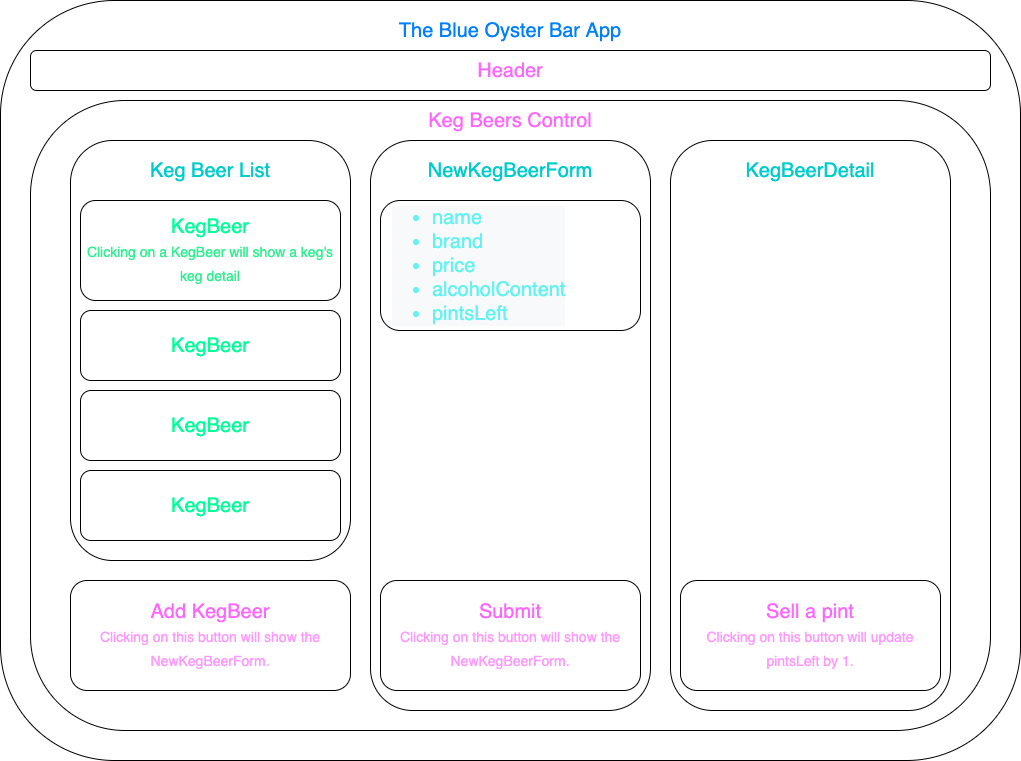
This is src/img/bar-diagram.png from NataliyaZhuravleva/TheBlueOysterBar-Redux, a draw.io export, as it was before one commit. Source tidied: cells renumbered, new cells last; positions are measured from the earlier drawing's top-left corner, leaving out a move shared by most shapes.
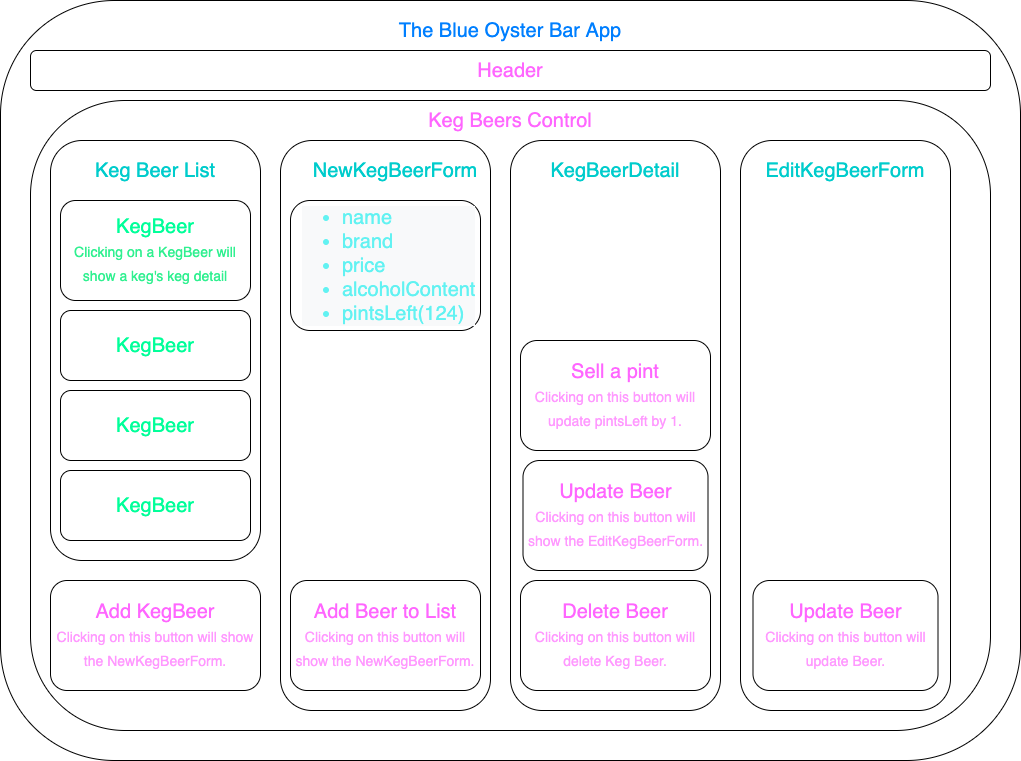
After the commit.

The edit, as a diff of the source:
```diff
@@ -15,10 +15,10 @@
       <mxGeometry x="80" y="110" width="860" height="20" as="geometry" />
     </mxCell>
     <mxCell id="6" style="rounded=1;whiteSpace=wrap;html=1;fontSize=20;" parent="1" vertex="1">
-      <mxGeometry x="70" y="140" width="280" height="420" as="geometry" />
+      <mxGeometry x="50" y="140" width="210" height="420" as="geometry" />
     </mxCell>
     <mxCell id="7" value="Keg Beer List&lt;br&gt;" style="text;html=1;strokeColor=none;fillColor=none;align=center;verticalAlign=middle;whiteSpace=wrap;rounded=0;fontSize=20;fontColor=#00CCCC;" parent="1" vertex="1">
-      <mxGeometry x="140" y="160" width="140" height="20" as="geometry" />
+      <mxGeometry x="85" y="160" width="140" height="20" as="geometry" />
     </mxCell>
     <mxCell id="8" style="rounded=1;whiteSpace=wrap;html=1;fontSize=20;" parent="1" vertex="1">
       <mxGeometry x="30" y="50" width="960" height="40" as="geometry" />
@@ -27,43 +27,58 @@
       <mxGeometry x="445" y="60" width="130" height="20" as="geometry" />
     </mxCell>
     <mxCell id="10" style="rounded=1;whiteSpace=wrap;html=1;fontSize=20;" parent="1" vertex="1">
-      <mxGeometry x="370" y="140" width="280" height="570" as="geometry" />
+      <mxGeometry x="280" y="140" width="210" height="570" as="geometry" />
     </mxCell>
     <mxCell id="11" style="rounded=1;whiteSpace=wrap;html=1;fontSize=20;" parent="1" vertex="1">
-      <mxGeometry x="670" y="140" width="280" height="570" as="geometry" />
+      <mxGeometry x="510" y="140" width="210" height="570" as="geometry" />
     </mxCell>
     <mxCell id="12" value="KegBeer&lt;br&gt;&lt;font style=&quot;font-size: 14px&quot; color=&quot;#30f090&quot;&gt;Clicking on a KegBeer will show a keg's keg detail&lt;br&gt;&lt;/font&gt;" style="rounded=1;whiteSpace=wrap;html=1;fontSize=20;fontColor=#00FF99;" parent="1" vertex="1">
-      <mxGeometry x="80" y="200" width="260" height="100" as="geometry" />
+      <mxGeometry x="60" y="200" width="190" height="100" as="geometry" />
     </mxCell>
     <mxCell id="13" value="KegBeer" style="rounded=1;whiteSpace=wrap;html=1;fontSize=20;fontColor=#00FF99;" parent="1" vertex="1">
-      <mxGeometry x="80" y="310" width="260" height="70" as="geometry" />
+      <mxGeometry x="60" y="310" width="190" height="70" as="geometry" />
     </mxCell>
     <mxCell id="14" value="KegBeer" style="rounded=1;whiteSpace=wrap;html=1;fontSize=20;fontColor=#00FF99;" parent="1" vertex="1">
-      <mxGeometry x="80" y="390" width="260" height="70" as="geometry" />
+      <mxGeometry x="60" y="390" width="190" height="70" as="geometry" />
     </mxCell>
     <mxCell id="15" value="KegBeer" style="rounded=1;whiteSpace=wrap;html=1;fontSize=20;fontColor=#00FF99;" parent="1" vertex="1">
-      <mxGeometry x="80" y="470" width="260" height="70" as="geometry" />
+      <mxGeometry x="60" y="470" width="190" height="70" as="geometry" />
     </mxCell>
     <mxCell id="16" value="&lt;font color=&quot;#ff66ff&quot;&gt;Add KegBeer&lt;/font&gt;&lt;br&gt;&lt;font style=&quot;font-size: 14px&quot; color=&quot;#ff99ff&quot;&gt;Clicking on this button will show the NewKegBeerForm.&lt;/font&gt;" style="rounded=1;whiteSpace=wrap;html=1;fontSize=20;fontColor=#00FF99;" parent="1" vertex="1">
-      <mxGeometry x="70" y="580" width="280" height="110" as="geometry" />
+      <mxGeometry x="50" y="580" width="210" height="110" as="geometry" />
     </mxCell>
     <mxCell id="17" value="NewKegBeerForm" style="text;html=1;strokeColor=none;fillColor=none;align=center;verticalAlign=middle;whiteSpace=wrap;rounded=0;fontSize=20;fontColor=#00CCCC;" parent="1" vertex="1">
-      <mxGeometry x="425" y="160" width="170" height="20" as="geometry" />
+      <mxGeometry x="310" y="160" width="170" height="20" as="geometry" />
     </mxCell>
-    <mxCell id="18" value="&lt;font color=&quot;#ff66ff&quot;&gt;Submit&lt;/font&gt;&lt;br&gt;&lt;font style=&quot;font-size: 14px&quot; color=&quot;#ff99ff&quot;&gt;Clicking on this button will show the NewKegBeerForm.&lt;/font&gt;" style="rounded=1;whiteSpace=wrap;html=1;fontSize=20;fontColor=#00FF99;" parent="1" vertex="1">
-      <mxGeometry x="380" y="580" width="260" height="110" as="geometry" />
+    <mxCell id="18" value="&lt;font color=&quot;#ff66ff&quot;&gt;Add Beer to List&lt;/font&gt;&lt;br&gt;&lt;font style=&quot;font-size: 14px&quot; color=&quot;#ff99ff&quot;&gt;Clicking on this button will show the NewKegBeerForm.&lt;/font&gt;" style="rounded=1;whiteSpace=wrap;html=1;fontSize=20;fontColor=#00FF99;" parent="1" vertex="1">
+      <mxGeometry x="290" y="580" width="190" height="110" as="geometry" />
     </mxCell>
     <mxCell id="19" value="KegBeerDetail" style="text;html=1;strokeColor=none;fillColor=none;align=center;verticalAlign=middle;whiteSpace=wrap;rounded=0;fontSize=20;fontColor=#00CCCC;" parent="1" vertex="1">
-      <mxGeometry x="725" y="160" width="170" height="20" as="geometry" />
+      <mxGeometry x="530" y="160" width="170" height="20" as="geometry" />
     </mxCell>
     <mxCell id="20" value="&lt;font color=&quot;#ff66ff&quot;&gt;Sell a pint&lt;br&gt;&lt;/font&gt;&lt;font style=&quot;font-size: 14px&quot; color=&quot;#ff99ff&quot;&gt;Clicking on this button will update pintsLeft by 1.&lt;/font&gt;" style="rounded=1;whiteSpace=wrap;html=1;fontSize=20;fontColor=#00FF99;" parent="1" vertex="1">
-      <mxGeometry x="680" y="580" width="260" height="110" as="geometry" />
+      <mxGeometry x="520" y="340" width="190" height="110" as="geometry" />
     </mxCell>
     <mxCell id="21" style="rounded=1;whiteSpace=wrap;html=1;fontSize=20;fontColor=#00FF99;" parent="1" vertex="1">
-      <mxGeometry x="380" y="200" width="260" height="130" as="geometry" />
+      <mxGeometry x="290" y="200" width="190" height="130" as="geometry" />
     </mxCell>
-    <mxCell id="22" value="&lt;ul style=&quot;color: rgb(98 , 242 , 242) ; font-family: &amp;#34;helvetica&amp;#34; ; font-size: 20px ; font-style: normal ; font-weight: 400 ; letter-spacing: normal ; text-indent: 0px ; text-transform: none ; word-spacing: 0px ; background-color: rgb(248 , 249 , 250)&quot;&gt;&lt;li&gt;name&lt;/li&gt;&lt;li&gt;brand&lt;/li&gt;&lt;li&gt;price&lt;/li&gt;&lt;li&gt;alcoholContent&lt;/li&gt;&lt;li&gt;pintsLeft&lt;/li&gt;&lt;/ul&gt;" style="text;html=1;strokeColor=none;fillColor=none;align=left;verticalAlign=middle;whiteSpace=wrap;rounded=0;fontSize=20;fontColor=#62F2F2;" parent="1" vertex="1">
-      <mxGeometry x="390" y="215" width="240" height="100" as="geometry" />
+    <mxCell id="22" value="&lt;ul style=&quot;color: rgb(98 , 242 , 242) ; font-family: &amp;#34;helvetica&amp;#34; ; font-size: 20px ; font-style: normal ; font-weight: 400 ; letter-spacing: normal ; text-indent: 0px ; text-transform: none ; word-spacing: 0px ; background-color: rgb(248 , 249 , 250)&quot;&gt;&lt;li&gt;name&lt;/li&gt;&lt;li&gt;brand&lt;/li&gt;&lt;li&gt;price&lt;/li&gt;&lt;li&gt;alcoholContent&lt;/li&gt;&lt;li&gt;pintsLeft(124)&lt;/li&gt;&lt;/ul&gt;" style="text;html=1;strokeColor=none;fillColor=none;align=left;verticalAlign=middle;whiteSpace=wrap;rounded=0;fontSize=20;fontColor=#62F2F2;" parent="1" vertex="1">
+      <mxGeometry x="300" y="210" width="180" height="110" as="geometry" />
     </mxCell>
+    <mxCell id="23" value="&lt;font color=&quot;#ff66ff&quot;&gt;Delete Beer&lt;br&gt;&lt;/font&gt;&lt;font style=&quot;font-size: 14px&quot; color=&quot;#ff99ff&quot;&gt;Clicking on this button will delete Keg Beer.&lt;/font&gt;" style="rounded=1;whiteSpace=wrap;html=1;fontSize=20;fontColor=#00FF99;" parent="1" vertex="1">
+      <mxGeometry x="520" y="580" width="190" height="110" as="geometry" />
+    </mxCell>
+    <mxCell id="24" style="rounded=1;whiteSpace=wrap;html=1;fontSize=20;" parent="1" vertex="1">
+      <mxGeometry x="740" y="140" width="210" height="570" as="geometry" />
+    </mxCell>
+    <mxCell id="25" value="&lt;font color=&quot;#ff66ff&quot;&gt;Update Beer&lt;br&gt;&lt;/font&gt;&lt;font style=&quot;font-size: 14px&quot; color=&quot;#ff99ff&quot;&gt;Clicking on this button will show the EditKegBeerForm.&lt;/font&gt;" style="rounded=1;whiteSpace=wrap;html=1;fontSize=20;fontColor=#00FF99;" parent="1" vertex="1">
+      <mxGeometry x="522.5" y="460" width="185" height="110" as="geometry" />
+    </mxCell>
+    <mxCell id="26" value="EditKegBeerForm" style="text;html=1;strokeColor=none;fillColor=none;align=center;verticalAlign=middle;whiteSpace=wrap;rounded=0;fontSize=20;fontColor=#00CCCC;" parent="1" vertex="1">
+      <mxGeometry x="760" y="160" width="170" height="20" as="geometry" />
+    </mxCell>
+    <mxCell id="27" value="&lt;font color=&quot;#ff66ff&quot;&gt;Update Beer&lt;br&gt;&lt;/font&gt;&lt;font style=&quot;font-size: 14px&quot; color=&quot;#ff99ff&quot;&gt;Clicking on this button will update Beer.&lt;/font&gt;" style="rounded=1;whiteSpace=wrap;html=1;fontSize=20;fontColor=#00FF99;" parent="1" vertex="1">
+      <mxGeometry x="752.5" y="580" width="185" height="110" as="geometry" />
+    </mxCell>
   </root>
 </mxGraphModel>
```
